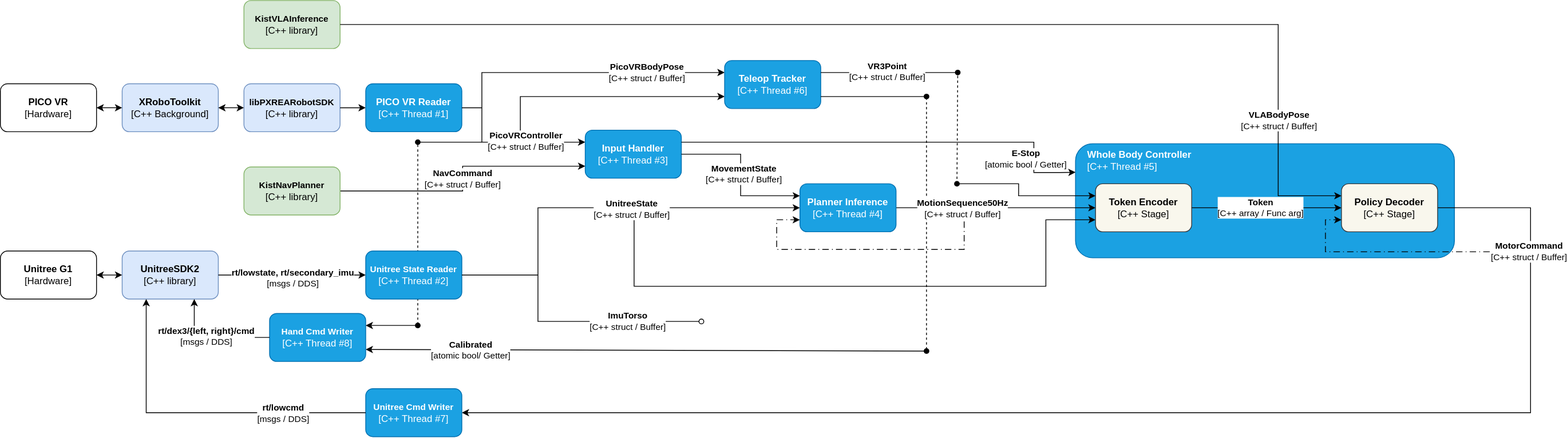
This is docs/kist-gearsonic-inference.svg from KIST-DelightRobotics-G1/gearsonic-inference, a draw.io export, as it was before one commit. Source tidied: cells renumbered, new cells last; positions are measured from the earlier drawing's top-left corner, leaving out a move shared by most shapes.
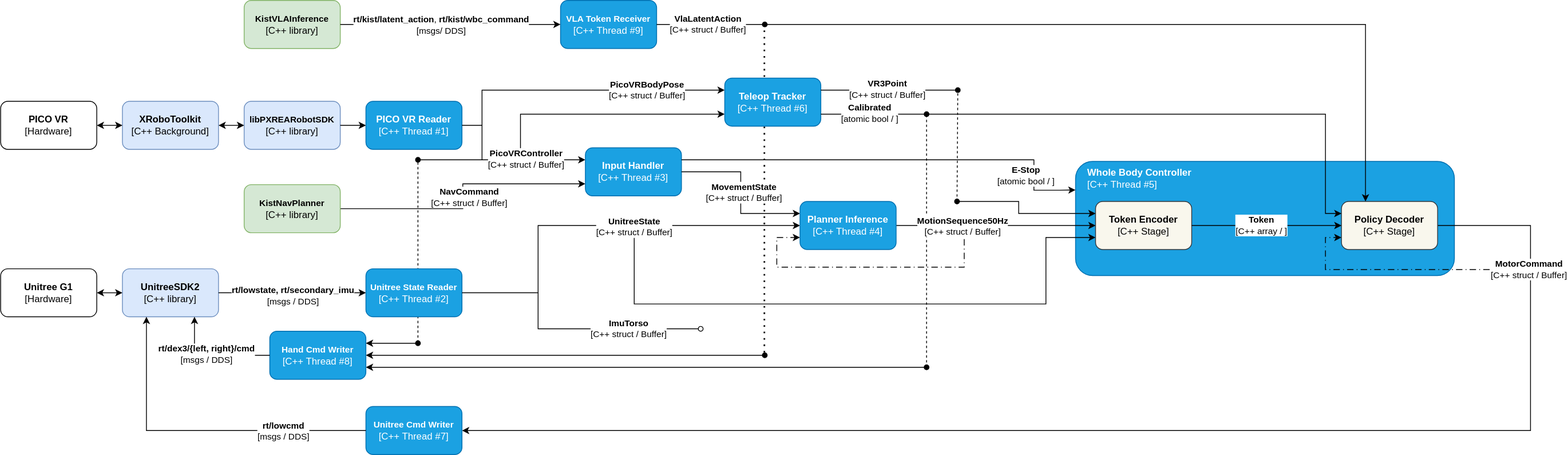
Above is the later version.

Change to the diagram source:
```diff
@@ -1,2 +1,2 @@
-<mxGraphModel background="#ffffff">
+<mxGraphModel>
   <root>
@@ -4,28 +4,34 @@
     <mxCell id="1" parent="0" />
-    <mxCell id="2" style="endArrow=oval;html=1;rounded=0;endFill=1;exitX=1;exitY=0.75;exitDx=0;exitDy=0;startArrow=classic;startFill=1;" parent="1" edge="1" source="61">
-      <mxGeometry relative="1" as="geometry">
-        <mxPoint x="1156" y="438" as="targetPoint" />
-      </mxGeometry>
-    </mxCell>
-    <mxCell id="3" style="endArrow=none;dashed=1;html=1;rounded=0;" parent="1" edge="1">
-      <mxGeometry relative="1" as="geometry">
-        <mxPoint x="1156" y="436" as="sourcePoint" />
-        <mxPoint x="1156" y="120" as="targetPoint" />
-      </mxGeometry>
-    </mxCell>
-    <mxCell id="4" style="endArrow=none;dashed=1;html=1;rounded=0;" parent="1" edge="1">
-      <mxGeometry relative="1" as="geometry">
-        <mxPoint x="521" y="405" as="sourcePoint" />
-        <mxPoint x="521" y="177" as="targetPoint" />
-      </mxGeometry>
-    </mxCell>
-    <mxCell id="5" style="endArrow=classic;html=1;rounded=0;edgeStyle=orthogonalEdgeStyle;entryX=0;entryY=0.75;entryDx=0;entryDy=0;" parent="1" edge="1" target="49">
-      <mxGeometry relative="1" as="geometry">
-        <mxPoint x="649" y="177" as="sourcePoint" />
-        <Array as="points">
-          <mxPoint x="649" y="120" />
-          <mxPoint x="897" y="120" />
-        </Array>
-      </mxGeometry>
-    </mxCell>
+    <mxCell id="67" style="endArrow=none;dashed=1;html=1;dashPattern=1 3;strokeWidth=2;rounded=0;" parent="1" edge="1">
+      <mxGeometry relative="1" as="geometry">
+        <mxPoint x="954" y="418" as="sourcePoint" />
+        <mxPoint x="954" y="8" as="targetPoint" />
+      </mxGeometry>
+    </mxCell>
+    <mxCell id="68" style="endArrow=oval;html=1;rounded=0;endFill=1;exitX=1;exitY=0.75;exitDx=0;exitDy=0;startArrow=classic;startFill=1;" parent="1" edge="1" source="61">
+      <mxGeometry relative="1" as="geometry">
+        <mxPoint x="1156" y="436" as="targetPoint" />
+      </mxGeometry>
+    </mxCell>
+    <mxCell id="69" style="endArrow=none;dashed=1;html=1;rounded=0;" parent="1" edge="1">
+      <mxGeometry relative="1" as="geometry">
+        <mxPoint x="1156" y="436" as="sourcePoint" />
+        <mxPoint x="1156" y="120" as="targetPoint" />
+      </mxGeometry>
+    </mxCell>
+    <mxCell id="70" style="endArrow=none;dashed=1;html=1;rounded=0;" parent="1" edge="1">
+      <mxGeometry relative="1" as="geometry">
+        <mxPoint x="521" y="405" as="sourcePoint" />
+        <mxPoint x="521" y="177" as="targetPoint" />
+      </mxGeometry>
+    </mxCell>
+    <mxCell id="71" style="endArrow=classic;html=1;rounded=0;edgeStyle=orthogonalEdgeStyle;entryX=0;entryY=0.75;entryDx=0;entryDy=0;" parent="1" edge="1" target="49">
+      <mxGeometry relative="1" as="geometry">
+        <mxPoint x="649" y="177" as="sourcePoint" />
+        <Array as="points">
+          <mxPoint x="649" y="120" />
+          <mxPoint x="897" y="120" />
+        </Array>
+      </mxGeometry>
+    </mxCell>
     <mxCell id="6" style="rounded=1;whiteSpace=wrap;html=1;fillColor=#1ba1e2;strokeColor=#006EAF;fontColor=#ffffff;" parent="1" vertex="1">
@@ -33,12 +39,12 @@
     </mxCell>
-    <mxCell id="7" style="endArrow=classic;html=1;rounded=0;edgeStyle=orthogonalEdgeStyle;entryX=0;entryY=0.75;entryDx=0;entryDy=0;" parent="1" edge="1" target="37">
-      <mxGeometry relative="1" as="geometry">
-        <mxPoint x="791" y="259" as="sourcePoint" />
-        <Array as="points">
-          <mxPoint x="791" y="357" />
-          <mxPoint x="1305" y="357" />
-          <mxPoint x="1305" y="274" />
-        </Array>
-      </mxGeometry>
-    </mxCell>
+    <mxCell id="72" style="endArrow=classic;html=1;rounded=0;edgeStyle=orthogonalEdgeStyle;entryX=0;entryY=0.75;entryDx=0;entryDy=0;" parent="1" edge="1" target="37">
+      <mxGeometry relative="1" as="geometry">
+        <mxPoint x="791" y="259" as="sourcePoint" />
+        <Array as="points">
+          <mxPoint x="791" y="357" />
+          <mxPoint x="1305" y="357" />
+          <mxPoint x="1305" y="274" />
+        </Array>
+      </mxGeometry>
+    </mxCell>
     <mxCell id="8" style="endArrow=classic;html=1;rounded=0;entryX=1;entryY=0.5;entryDx=0;entryDy=0;edgeStyle=orthogonalEdgeStyle;innerLoopWaypoints=1;exitX=1;exitY=0.5;exitDx=0;exitDy=0;" parent="1" edge="1" source="38" target="41">
@@ -93,7 +99,7 @@
     </mxCell>
-    <mxCell id="20" style="endArrow=none;html=1;rounded=0;exitX=1;exitY=0.5;exitDx=0;exitDy=0;" parent="1" edge="1" source="13">
-      <mxGeometry relative="1" as="geometry">
-        <mxPoint x="601" y="134" as="targetPoint" />
-      </mxGeometry>
-    </mxCell>
+    <mxCell id="73" style="endArrow=none;html=1;rounded=0;exitX=1;exitY=0.5;exitDx=0;exitDy=0;" parent="1" edge="1" source="13">
+      <mxGeometry relative="1" as="geometry">
+        <mxPoint x="601" y="134" as="targetPoint" />
+      </mxGeometry>
+    </mxCell>
     <mxCell id="21" value="&lt;div&gt;&lt;b&gt;Input Handler&lt;/b&gt;&lt;/div&gt;&lt;div&gt;[C++ Thread #3]&lt;/div&gt;" style="rounded=1;whiteSpace=wrap;html=1;fillColor=#1ba1e2;fontColor=#ffffff;strokeColor=#006EAF;" parent="1" vertex="1">
@@ -129,13 +135,12 @@
     </mxCell>
-    <mxCell id="30" style="endArrow=classic;startArrow=oval;html=1;rounded=0;edgeStyle=orthogonalEdgeStyle;entryX=0;entryY=0.5;entryDx=0;entryDy=0;endFill=1;startFill=0;" parent="1" edge="1" target="34">
-      <mxGeometry relative="1" as="geometry">
-        <mxPoint x="875" y="401" as="sourcePoint" />
-        <Array as="points">
-          <mxPoint x="875" y="401" />
-          <mxPoint x="671" y="401" />
-          <mxPoint x="671" y="259" />
-        </Array>
-      </mxGeometry>
-    </mxCell>
+    <mxCell id="74" style="endArrow=classic;startArrow=oval;html=1;rounded=0;edgeStyle=orthogonalEdgeStyle;entryX=0;entryY=0.5;entryDx=0;entryDy=0;endFill=1;startFill=0;" parent="1" edge="1" target="34">
+      <mxGeometry relative="1" as="geometry">
+        <mxPoint x="874" y="388" as="sourcePoint" />
+        <Array as="points">
+          <mxPoint x="671" y="388" />
+          <mxPoint x="671" y="259" />
+        </Array>
+      </mxGeometry>
+    </mxCell>
-    <mxCell id="31" value="&lt;b&gt;UnitreeState&lt;/b&gt;&lt;div&gt;[C++ struct / Buffer]&lt;/div&gt;" style="edgeLabel;html=1;align=center;verticalAlign=middle;" parent="30" vertex="1">
+    <mxCell id="31" value="&lt;b&gt;UnitreeState&lt;/b&gt;&lt;div&gt;[C++ struct / Buffer]&lt;/div&gt;" style="edgeLabel;html=1;align=center;verticalAlign=middle;" parent="74" vertex="1">
       <mxGeometry x="0.6" y="-1" relative="1" as="geometry">
@@ -144,3 +149,3 @@
     </mxCell>
-    <mxCell id="32" value="&lt;div&gt;&lt;b&gt;ImuTorso&lt;/b&gt;&lt;/div&gt;&lt;div&gt;[C++ struct / Buffer]&lt;/div&gt;" style="edgeLabel;html=1;align=center;verticalAlign=middle;" parent="30" vertex="1">
+    <mxCell id="32" value="&lt;div&gt;&lt;b&gt;ImuTorso&lt;/b&gt;&lt;/div&gt;&lt;div&gt;[C++ struct / Buffer]&lt;/div&gt;" style="edgeLabel;html=1;align=center;verticalAlign=middle;" parent="74" vertex="1">
       <mxGeometry x="-0.64" relative="1" as="geometry">
@@ -149,8 +154,8 @@
     </mxCell>
-    <mxCell id="33" style="endArrow=none;html=1;rounded=0;exitX=1;exitY=0.5;exitDx=0;exitDy=0;" parent="1" edge="1">
-      <mxGeometry relative="1" as="geometry">
-        <mxPoint x="576" y="343" as="sourcePoint" />
-        <mxPoint x="671" y="343" as="targetPoint" />
-      </mxGeometry>
-    </mxCell>
+    <mxCell id="75" style="endArrow=none;html=1;rounded=0;exitX=1;exitY=0.5;exitDx=0;exitDy=0;" parent="1" edge="1">
+      <mxGeometry relative="1" as="geometry">
+        <mxPoint x="576" y="343" as="sourcePoint" />
+        <mxPoint x="671" y="343" as="targetPoint" />
+      </mxGeometry>
+    </mxCell>
     <mxCell id="34" value="&lt;div&gt;&lt;b&gt;Planner Inference&lt;/b&gt;&lt;/div&gt;&lt;div&gt;[C++ Thread #4]&lt;/div&gt;" style="rounded=1;whiteSpace=wrap;html=1;fillColor=#1ba1e2;fontColor=#ffffff;strokeColor=#006EAF;" parent="1" vertex="1">
@@ -158,13 +163,13 @@
     </mxCell>
-    <mxCell id="35" style="endArrow=classic;html=1;rounded=0;edgeStyle=orthogonalEdgeStyle;entryX=0;entryY=0.75;entryDx=0;entryDy=0;innerLoopWaypoints=1;dashed=1;dashPattern=8 4 1 4;" parent="1" edge="1" target="34">
-      <mxGeometry relative="1" as="geometry">
-        <mxPoint x="1203" y="259" as="sourcePoint" />
-        <Array as="points">
-          <mxPoint x="1203" y="311" />
-          <mxPoint x="969" y="311" />
-          <mxPoint x="969" y="274" />
-        </Array>
-      </mxGeometry>
-    </mxCell>
+    <mxCell id="76" style="endArrow=classic;html=1;rounded=0;edgeStyle=orthogonalEdgeStyle;entryX=0;entryY=0.75;entryDx=0;entryDy=0;innerLoopWaypoints=1;dashed=1;dashPattern=8 4 1 4;" parent="1" edge="1" target="34">
+      <mxGeometry relative="1" as="geometry">
+        <mxPoint x="1203" y="259" as="sourcePoint" />
+        <Array as="points">
+          <mxPoint x="1203" y="311" />
+          <mxPoint x="969" y="311" />
+          <mxPoint x="969" y="274" />
+        </Array>
+      </mxGeometry>
+    </mxCell>
-    <mxCell id="36" value="&lt;b&gt;MotionSequence50Hz&lt;/b&gt;&lt;div&gt;[C++ struct / Buffer]&lt;/div&gt;" style="edgeLabel;html=1;align=center;verticalAlign=middle;" parent="35" vertex="1">
+    <mxCell id="36" value="&lt;b&gt;MotionSequence50Hz&lt;/b&gt;&lt;div&gt;[C++ struct / Buffer]&lt;/div&gt;" style="edgeLabel;html=1;align=center;verticalAlign=middle;" parent="76" vertex="1">
       <mxGeometry x="-0.6" relative="1" as="geometry">
@@ -182,5 +187,5 @@
     </mxCell>
-    <mxCell id="40" value="&lt;b&gt;Token&lt;/b&gt;&lt;div&gt;[C++ array / Func arg]&lt;/div&gt;" style="edgeLabel;html=1;align=center;verticalAlign=middle;" parent="39" vertex="1">
-      <mxGeometry x="-0.08" y="1" relative="1" as="geometry" />
-    </mxCell>
+    <mxCell id="77" value="&lt;b&gt;Token&lt;/b&gt;&lt;div&gt;[C++ array / ]&lt;/div&gt;" style="edgeLabel;html=1;align=center;verticalAlign=middle;" parent="39" vertex="1">
+      <mxGeometry x="-0.08" y="1" relative="1" as="geometry" />
+    </mxCell>
     <mxCell id="41" value="&lt;b&gt;&lt;font style=&quot;font-size: 11px;&quot;&gt;Unitree Cmd Writer&lt;/font&gt;&lt;/b&gt;&lt;br&gt;&lt;div&gt;[C++ Thread #7]&lt;/div&gt;" style="rounded=1;whiteSpace=wrap;html=1;fillColor=#1ba1e2;fontColor=#ffffff;strokeColor=#006EAF;" parent="1" vertex="1">
@@ -205,7 +210,7 @@
     </mxCell>
-    <mxCell id="45" value="&lt;b&gt;E-Stop&lt;/b&gt;&lt;div&gt;[atomic bool / Getter]&lt;/div&gt;" style="edgeLabel;html=1;align=center;verticalAlign=middle;" parent="44" vertex="1">
-      <mxGeometry x="0.69" y="-3" relative="1" as="geometry">
-        <mxPoint x="-8" y="13" as="offset" />
-      </mxGeometry>
-    </mxCell>
+    <mxCell id="78" value="&lt;b&gt;E-Stop&lt;/b&gt;&lt;div&gt;[atomic bool / ]&lt;/div&gt;" style="edgeLabel;html=1;align=center;verticalAlign=middle;" parent="44" vertex="1">
+      <mxGeometry x="0.69" y="-3" relative="1" as="geometry">
+        <mxPoint x="-8" y="13" as="offset" />
+      </mxGeometry>
+    </mxCell>
     <mxCell id="46" value="&lt;font style=&quot;color: light-dark(rgb(255, 255, 255), rgb(237, 237, 237));&quot;&gt;Whole Body Controller&lt;/font&gt;&lt;div&gt;&lt;font style=&quot;color: light-dark(rgb(255, 255, 255), rgb(237, 237, 237));&quot;&gt;&lt;span style=&quot;font-weight: normal;&quot;&gt;[C++ Thread #5]&lt;/span&gt;&lt;/font&gt;&lt;/div&gt;" style="text;html=1;whiteSpace=wrap;strokeColor=none;fillColor=none;align=left;verticalAlign=middle;rounded=0;fontStyle=1;fontColor=light-dark(#ffffff, #ededed);" parent="1" vertex="1">
@@ -213,13 +218,13 @@
     </mxCell>
-    <mxCell id="47" style="endArrow=classic;html=1;rounded=0;edgeStyle=orthogonalEdgeStyle;entryX=0;entryY=0.75;entryDx=0;entryDy=0;dashed=1;dashPattern=8 4 1 4;" parent="1" edge="1" target="38">
-      <mxGeometry relative="1" as="geometry">
-        <mxPoint x="1910" y="314" as="sourcePoint" />
-        <Array as="points">
-          <mxPoint x="1910" y="314" />
-          <mxPoint x="1654" y="314" />
-          <mxPoint x="1654" y="274" />
-        </Array>
-      </mxGeometry>
-    </mxCell>
+    <mxCell id="79" style="endArrow=classic;html=1;rounded=0;edgeStyle=orthogonalEdgeStyle;entryX=0;entryY=0.75;entryDx=0;entryDy=0;dashed=1;dashPattern=8 4 1 4;" parent="1" edge="1" target="38">
+      <mxGeometry relative="1" as="geometry">
+        <mxPoint x="1910" y="314" as="sourcePoint" />
+        <Array as="points">
+          <mxPoint x="1910" y="314" />
+          <mxPoint x="1654" y="314" />
+          <mxPoint x="1654" y="274" />
+        </Array>
+      </mxGeometry>
+    </mxCell>
-    <mxCell id="48" value="&lt;b&gt;MotorCommand&lt;/b&gt;&lt;div&gt;[C++ struct / Buffer]&lt;/div&gt;" style="edgeLabel;html=1;align=center;verticalAlign=middle;" parent="47" vertex="1">
+    <mxCell id="48" value="&lt;b&gt;MotorCommand&lt;/b&gt;&lt;div&gt;[C++ struct / Buffer]&lt;/div&gt;" style="edgeLabel;html=1;align=center;verticalAlign=middle;" parent="79" vertex="1">
       <mxGeometry x="-0.48" y="-1" relative="1" as="geometry">
@@ -236,3 +241,3 @@
       <mxGeometry x="0.01" relative="1" as="geometry">
-        <mxPoint x="-1" y="1" as="offset" />
+        <mxPoint x="7" y="2" as="offset" />
       </mxGeometry>
@@ -242,7 +247,7 @@
     </mxCell>
-    <mxCell id="53" style="endArrow=oval;html=1;rounded=0;exitX=1;exitY=0.25;exitDx=0;exitDy=0;endFill=1;" parent="1" edge="1" source="49">
-      <mxGeometry relative="1" as="geometry">
-        <mxPoint x="1195" y="90" as="targetPoint" />
-      </mxGeometry>
-    </mxCell>
+    <mxCell id="80" style="endArrow=oval;html=1;rounded=0;exitX=1;exitY=0.25;exitDx=0;exitDy=0;endFill=1;" parent="1" edge="1" source="49">
+      <mxGeometry relative="1" as="geometry">
+        <mxPoint x="1195" y="90" as="targetPoint" />
+      </mxGeometry>
+    </mxCell>
     <mxCell id="54" value="&lt;b&gt;VR3Point&lt;/b&gt;&lt;div&gt;[C++ struct / Buffer]&lt;/div&gt;" style="edgeLabel;html=1;align=center;verticalAlign=middle;" parent="1" vertex="1">
@@ -250,39 +255,26 @@
     </mxCell>
-    <mxCell id="55" style="endArrow=oval;html=1;rounded=0;exitX=0;exitY=0.25;exitDx=0;exitDy=0;edgeStyle=orthogonalEdgeStyle;endFill=1;startArrow=classic;startFill=1;" parent="1" edge="1" source="37">
-      <mxGeometry relative="1" as="geometry">
-        <mxPoint x="1194" y="229" as="targetPoint" />
-        <Array as="points">
-          <mxPoint x="1271" y="244" />
-          <mxPoint x="1271" y="229" />
-        </Array>
-      </mxGeometry>
-    </mxCell>
-    <mxCell id="56" style="endArrow=none;dashed=1;html=1;rounded=0;" parent="1" edge="1">
-      <mxGeometry relative="1" as="geometry">
-        <mxPoint x="1194" y="229" as="sourcePoint" />
-        <mxPoint x="1195" y="89" as="targetPoint" />
-      </mxGeometry>
-    </mxCell>
+    <mxCell id="81" style="endArrow=oval;html=1;rounded=0;exitX=0;exitY=0.25;exitDx=0;exitDy=0;edgeStyle=orthogonalEdgeStyle;endFill=1;startArrow=classic;startFill=1;" parent="1" edge="1" source="37">
+      <mxGeometry relative="1" as="geometry">
+        <mxPoint x="1194" y="229" as="targetPoint" />
+        <Array as="points">
+          <mxPoint x="1271" y="244" />
+          <mxPoint x="1271" y="229" />
+        </Array>
+      </mxGeometry>
+    </mxCell>
+    <mxCell id="82" style="endArrow=none;dashed=1;html=1;rounded=0;" parent="1" edge="1">
+      <mxGeometry relative="1" as="geometry">
+        <mxPoint x="1194" y="229" as="sourcePoint" />
+        <mxPoint x="1195" y="89" as="targetPoint" />
+      </mxGeometry>
+    </mxCell>
     <mxCell id="57" value="&lt;span style=&quot;font-size: 11px;&quot;&gt;&lt;b&gt;KistVLAInference&lt;/b&gt;&lt;/span&gt;&lt;br&gt;&lt;div&gt;&lt;font style=&quot;color: light-dark(rgb(0, 0, 0), rgb(0, 102, 0));&quot;&gt;[C++ library]&lt;/font&gt;&lt;/div&gt;" style="rounded=1;whiteSpace=wrap;html=1;fillColor=#d5e8d4;strokeColor=#82b366;" parent="1" vertex="1">
-      <mxGeometry x="304" width="120" height="60" as="geometry" />
+      <mxGeometry x="304" y="-22" width="120" height="60" as="geometry" />
     </mxCell>
-    <mxCell id="58" style="endArrow=classic;html=1;rounded=0;exitX=1;exitY=0.5;exitDx=0;exitDy=0;entryX=0;entryY=0.25;entryDx=0;entryDy=0;edgeStyle=orthogonalEdgeStyle;" parent="1" edge="1" source="57" target="38">
-      <mxGeometry relative="1" as="geometry">
-        <Array as="points">
-          <mxPoint x="1595" y="30" />
-          <mxPoint x="1595" y="244" />
-        </Array>
-      </mxGeometry>
-    </mxCell>
-    <mxCell id="59" value="&lt;b&gt;VLABodyPose&lt;/b&gt;&lt;br&gt;&lt;div&gt;[C++ struct / Buffer]&lt;/div&gt;" style="edgeLabel;html=1;align=center;verticalAlign=middle;" parent="58" vertex="1">
-      <mxGeometry x="0.01" relative="1" as="geometry">
-        <mxPoint x="431" y="119" as="offset" />
-      </mxGeometry>
-    </mxCell>
-    <mxCell id="60" style="endArrow=oval;html=1;rounded=0;endFill=1;" parent="1" edge="1">
-      <mxGeometry relative="1" as="geometry">
-        <mxPoint x="601" y="177" as="sourcePoint" />
-        <mxPoint x="521" y="177" as="targetPoint" />
-      </mxGeometry>
-    </mxCell>
+    <mxCell id="83" style="endArrow=oval;html=1;rounded=0;endFill=1;" parent="1" edge="1">
+      <mxGeometry relative="1" as="geometry">
+        <mxPoint x="601" y="177" as="sourcePoint" />
+        <mxPoint x="521" y="177" as="targetPoint" />
+      </mxGeometry>
+    </mxCell>
     <mxCell id="61" value="&lt;b&gt;&lt;font style=&quot;font-size: 11px;&quot;&gt;Hand Cmd Writer&lt;/font&gt;&lt;/b&gt;&lt;br&gt;&lt;div&gt;[C++ Thread #8]&lt;/div&gt;" style="rounded=1;whiteSpace=wrap;html=1;fillColor=#1ba1e2;fontColor=#ffffff;strokeColor=#006EAF;" parent="1" vertex="1">
@@ -290,7 +282,7 @@
     </mxCell>
-    <mxCell id="62" style="endArrow=oval;html=1;rounded=0;endFill=1;exitX=1;exitY=0.25;exitDx=0;exitDy=0;startArrow=classic;startFill=1;" parent="1" edge="1" source="61">
-      <mxGeometry relative="1" as="geometry">
-        <mxPoint x="521" y="406" as="targetPoint" />
-      </mxGeometry>
-    </mxCell>
+    <mxCell id="84" style="endArrow=oval;html=1;rounded=0;endFill=1;exitX=1;exitY=0.25;exitDx=0;exitDy=0;startArrow=classic;startFill=1;" parent="1" edge="1" source="61">
+      <mxGeometry relative="1" as="geometry">
+        <mxPoint x="521" y="406" as="targetPoint" />
+      </mxGeometry>
+    </mxCell>
     <mxCell id="63" style="endArrow=classic;html=1;rounded=0;entryX=0.75;entryY=1;entryDx=0;entryDy=0;exitX=0;exitY=0.5;exitDx=0;exitDy=0;edgeStyle=orthogonalEdgeStyle;" parent="1" edge="1" source="61" target="25">
@@ -303,12 +295,51 @@
     </mxCell>
-    <mxCell id="65" style="endArrow=oval;html=1;rounded=0;exitX=1;exitY=0.75;exitDx=0;exitDy=0;endFill=1;" parent="1" edge="1" source="49">
-      <mxGeometry relative="1" as="geometry">
-        <mxPoint x="1156" y="120" as="targetPoint" />
-      </mxGeometry>
-    </mxCell>
-    <mxCell id="66" value="&lt;b&gt;Calibrated&lt;/b&gt;&lt;div&gt;&lt;span&gt;[atomic bool/ Getter]&lt;/span&gt;&lt;/div&gt;" style="edgeLabel;html=1;align=center;verticalAlign=middle;" parent="65" vertex="1">
-      <mxGeometry x="-0.06" y="-1" relative="1" as="geometry">
-        <mxPoint x="-501" y="315" as="offset" />
-      </mxGeometry>
-    </mxCell>
+    <mxCell id="85" style="endArrow=oval;html=1;rounded=0;exitX=1;exitY=0.75;exitDx=0;exitDy=0;endFill=1;" parent="1" edge="1" source="49">
+      <mxGeometry relative="1" as="geometry">
+        <mxPoint x="1156" y="120" as="targetPoint" />
+      </mxGeometry>
+    </mxCell>
+    <mxCell id="86" value="&lt;b&gt;Calibrated&lt;/b&gt;&lt;div&gt;&lt;span&gt;[atomic bool / ]&lt;/span&gt;&lt;/div&gt;" style="edgeLabel;html=1;align=center;verticalAlign=middle;" parent="85" vertex="1">
+      <mxGeometry x="-0.06" y="-1" relative="1" as="geometry">
+        <mxPoint x="-2" y="-3" as="offset" />
+      </mxGeometry>
+    </mxCell>
+    <mxCell id="87" value="&lt;b&gt;&lt;font style=&quot;font-size: 11px;&quot;&gt;VLA Token Receiver&lt;/font&gt;&lt;/b&gt;&lt;br&gt;&lt;div&gt;[C++ Thread #9]&lt;/div&gt;" style="rounded=1;whiteSpace=wrap;html=1;fillColor=#1ba1e2;fontColor=#ffffff;strokeColor=#006EAF;" parent="1" vertex="1">
+      <mxGeometry x="699" y="-22" width="120" height="60" as="geometry" />
+    </mxCell>
+    <mxCell id="88" style="endArrow=classic;html=1;rounded=0;exitX=1;exitY=0.5;exitDx=0;exitDy=0;entryX=0;entryY=0.5;entryDx=0;entryDy=0;" parent="1" edge="1" source="57" target="87">
+      <mxGeometry relative="1" as="geometry" />
+    </mxCell>
+    <mxCell id="89" value="&lt;b&gt;rt/kist/latent_action&lt;/b&gt;, &lt;b&gt;rt/kist/wbc_command&lt;/b&gt;&lt;div&gt;[msgs/ DDS]&lt;/div&gt;" style="edgeLabel;html=1;align=center;verticalAlign=middle;" parent="88" vertex="1">
+      <mxGeometry x="-0.09" relative="1" as="geometry" />
+    </mxCell>
+    <mxCell id="90" style="endArrow=classic;html=1;rounded=0;edgeStyle=orthogonalEdgeStyle;entryX=0.25;entryY=0;entryDx=0;entryDy=0;" parent="1" edge="1" target="38">
+      <mxGeometry relative="1" as="geometry">
+        <mxPoint x="954" y="8" as="sourcePoint" />
+        <Array as="points">
+          <mxPoint x="1704" y="8" />
+        </Array>
+      </mxGeometry>
+    </mxCell>
+    <mxCell id="91" style="endArrow=oval;html=1;rounded=0;exitX=1;exitY=0.5;exitDx=0;exitDy=0;endFill=1;" parent="1" edge="1" source="87">
+      <mxGeometry relative="1" as="geometry">
+        <mxPoint x="954" y="8" as="targetPoint" />
+      </mxGeometry>
+    </mxCell>
+    <mxCell id="92" value="&lt;b&gt;VlaLatentAction&lt;/b&gt;&lt;div&gt;[C++ struct / Buffer]&lt;/div&gt;" style="edgeLabel;html=1;align=center;verticalAlign=middle;" parent="91" vertex="1">
+      <mxGeometry x="-0.05" y="1" relative="1" as="geometry" />
+    </mxCell>
+    <mxCell id="93" style="endArrow=classic;html=1;rounded=0;entryX=1;entryY=0.5;entryDx=0;entryDy=0;startArrow=oval;startFill=1;" parent="1" edge="1" target="61">
+      <mxGeometry relative="1" as="geometry">
+        <mxPoint x="954" y="421" as="sourcePoint" />
+      </mxGeometry>
+    </mxCell>
+    <mxCell id="94" style="endArrow=classic;html=1;rounded=0;edgeStyle=orthogonalEdgeStyle;entryX=0;entryY=0.25;entryDx=0;entryDy=0;" parent="1" edge="1" target="38">
+      <mxGeometry relative="1" as="geometry">
+        <mxPoint x="1156" y="120" as="sourcePoint" />
+        <Array as="points">
+          <mxPoint x="1654" y="120" />
+          <mxPoint x="1654" y="244" />
+        </Array>
+      </mxGeometry>
+    </mxCell>
   </root>
```
